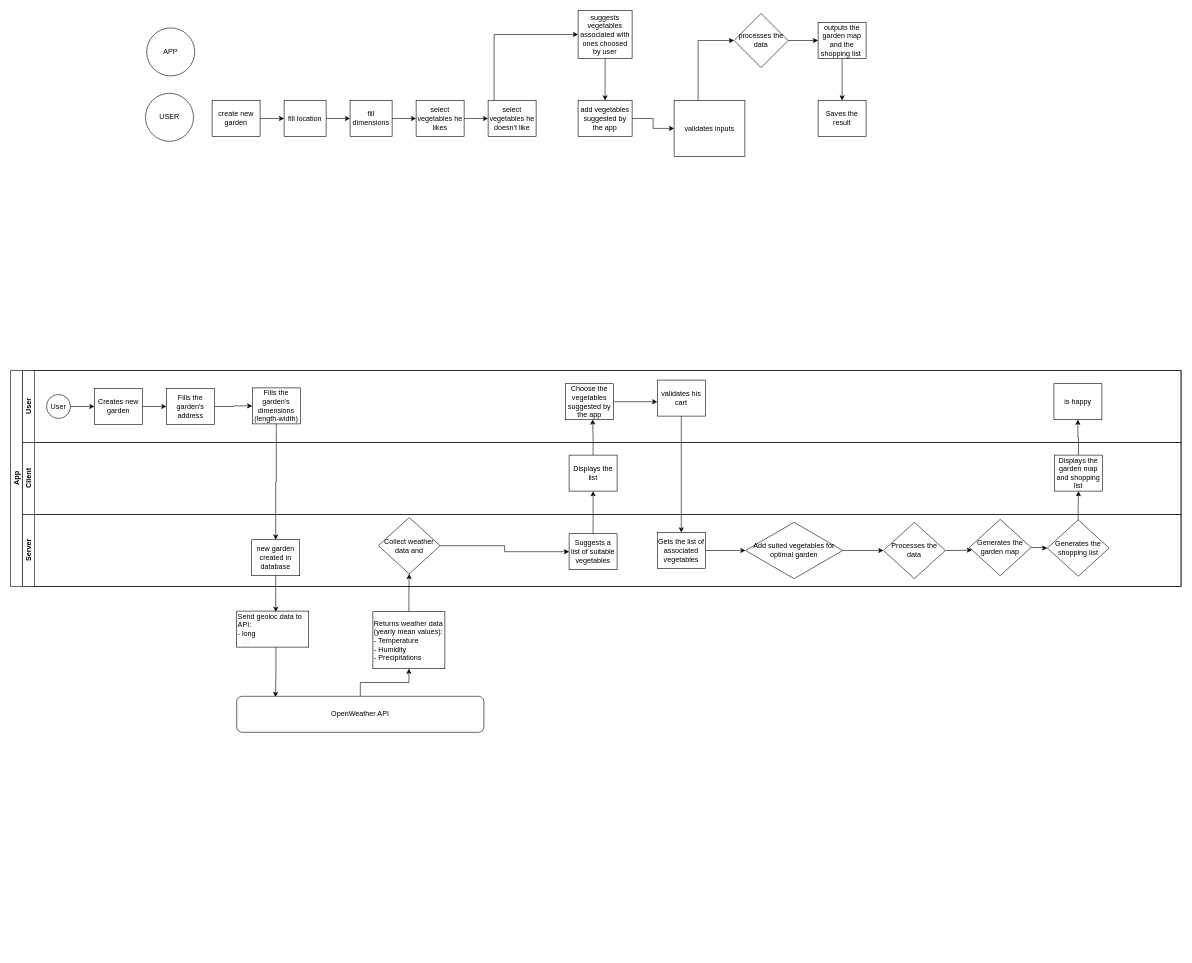
Above: EasyGarden principle.drawio in brice2112/easygarden (draw.io), before the change. Source tidied: cells renumbered, new cells numbered last; positions are measured from the earlier drawing's top-left corner, leaving out a move shared by most shapes. Both pictures are drawn from the tidied source at 60%, with x=0, y=0 at pixel (10, 10).
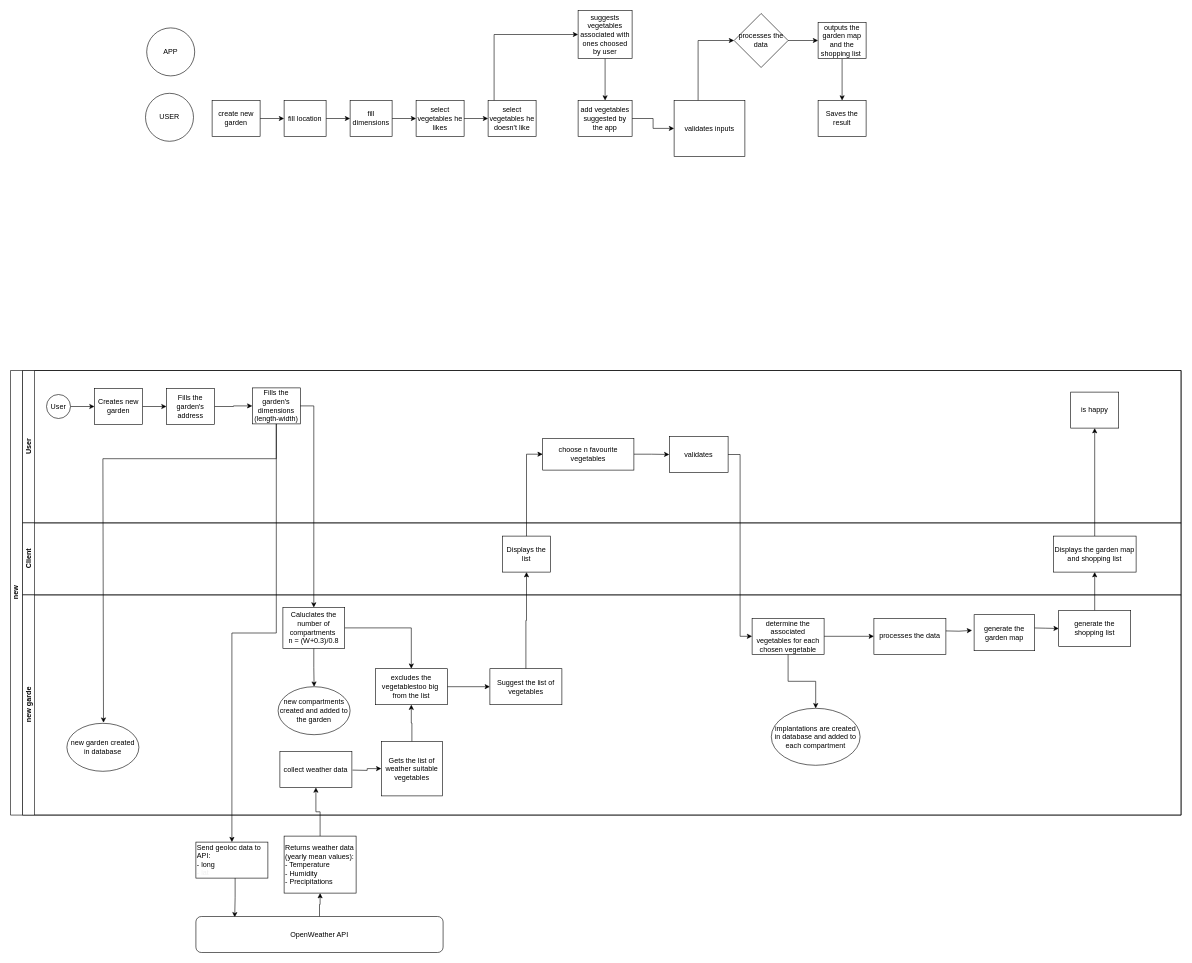
The same page after the edit.

Commit message:
Mettre à jour EasyGarden principle.drawio

The change refers to these unchanged cells:
```xml
<mxCell id="12" value="Fills the garden's dimensions (length-width)" style="rounded=0;whiteSpace=wrap;html=1;fontFamily=Helvetica;fontSize=12;fontColor=#000000;align=center;" parent="5" vertex="1">
  <mxGeometry x="383" y="29" width="80" height="60" as="geometry" />
</mxCell>
```

What changed in the source:
```diff
@@
-    <mxCell id="2" value="App" style="swimlane;html=1;horizontal=0;startSize=20;" parent="1" vertex="1">
-      <mxGeometry y="600" width="1951" height="360" as="geometry" />
+    <mxCell id="2" value="new" style="swimlane;html=1;horizontal=0;startSize=20;" parent="1" vertex="1">
+      <mxGeometry y="600" width="1951" height="741" as="geometry" />
     </mxCell>
-    <mxCell id="3" style="edgeStyle=orthogonalEdgeStyle;rounded=0;jettySize=auto;html=1;entryX=0.5;entryY=1;entryDx=0;entryDy=0;" parent="2" edge="1" source="32" target="19">
+    <mxCell id="3" style="edgeStyle=orthogonalEdgeStyle;rounded=0;jettySize=auto;html=1;entryX=0.5;entryY=1;entryDx=0;entryDy=0;exitX=0.5;exitY=0;exitDx=0;exitDy=0;" parent="2" edge="1" source="80" target="19">
       <mxGeometry relative="1" as="geometry" />
     </mxCell>
@@
     <mxCell id="5" value="User" style="swimlane;html=1;startSize=20;horizontal=0;" parent="2" vertex="1">
-      <mxGeometry x="20" width="1931" height="120" as="geometry" />
+      <mxGeometry x="20" width="1931" height="254" as="geometry" />
     </mxCell>
@@
-    <mxCell id="13" style="edgeStyle=orthogonalEdgeStyle;rounded=0;jettySize=auto;html=1;entryX=0;entryY=0.603;entryDx=0;entryDy=0;entryPerimeter=0;" parent="5" edge="1" source="14" target="16">
-      <mxGeometry relative="1" as="geometry" />
-    </mxCell>
+    <mxCell id="68" style="edgeStyle=orthogonalEdgeStyle;rounded=0;jettySize=auto;html=1;entryX=0;entryY=0.5;entryDx=0;entryDy=0;fontFamily=Helvetica;fontSize=12;fontColor=default;" parent="5" edge="1" source="14" target="69">
+      <mxGeometry relative="1" as="geometry" />
+    </mxCell>
-    <mxCell id="14" value="Choose the vegetables suggested by the app" style="rounded=0;whiteSpace=wrap;html=1;fontFamily=Helvetica;fontSize=12;fontColor=#000000;align=center;" parent="5" vertex="1">
-      <mxGeometry x="905" y="22" width="80" height="60" as="geometry" />
+    <mxCell id="14" value="choose n favourite vegetables" style="rounded=0;whiteSpace=wrap;html=1;fontFamily=Helvetica;fontSize=12;fontColor=#000000;align=center;" parent="5" vertex="1">
+      <mxGeometry x="867" y="113" width="152" height="53" as="geometry" />
     </mxCell>
     <mxCell id="15" value="is happy" style="rounded=0;whiteSpace=wrap;html=1;fontFamily=Helvetica;fontSize=12;fontColor=#000000;align=center;" parent="5" vertex="1">
-      <mxGeometry x="1719" y="22" width="80" height="60" as="geometry" />
+      <mxGeometry x="1747" y="36" width="80" height="60" as="geometry" />
     </mxCell>
-    <mxCell id="16" value="validates his cart" style="rounded=0;whiteSpace=wrap;html=1;fontFamily=Helvetica;fontSize=12;fontColor=#000000;align=center;" parent="5" vertex="1">
-      <mxGeometry x="1058" y="16" width="80" height="60" as="geometry" />
-    </mxCell>
+    <mxCell id="69" value="validates&lt;br&gt;" style="rounded=0;whiteSpace=wrap;html=1;fontFamily=Helvetica;fontSize=12;fontColor=#000000;align=center;" parent="5" vertex="1">
+      <mxGeometry x="1078" y="110" width="98" height="60" as="geometry" />
+    </mxCell>
     <mxCell id="17" value="Client" style="swimlane;html=1;startSize=20;horizontal=0;" parent="2" vertex="1">
-      <mxGeometry x="20" y="120" width="1931" height="120" as="geometry" />
+      <mxGeometry x="20" y="254" width="1931" height="120" as="geometry" />
     </mxCell>
     <mxCell id="18" value="Displays the list" style="rounded=0;whiteSpace=wrap;html=1;fontFamily=Helvetica;fontSize=12;fontColor=#000000;align=center;" parent="17" vertex="1">
-      <mxGeometry x="911" y="21" width="80" height="60" as="geometry" />
+      <mxGeometry x="800" y="22" width="80" height="60" as="geometry" />
     </mxCell>
     <mxCell id="19" value="Displays the garden map and shopping list" style="rounded=0;whiteSpace=wrap;html=1;fontFamily=Helvetica;fontSize=12;fontColor=#000000;align=center;" parent="17" vertex="1">
-      <mxGeometry x="1720" y="21" width="80" height="60" as="geometry" />
+      <mxGeometry x="1718" y="22" width="138" height="60" as="geometry" />
     </mxCell>
-    <mxCell id="20" style="edgeStyle=orthogonalEdgeStyle;rounded=0;jettySize=auto;html=1;entryX=0.5;entryY=1;entryDx=0;entryDy=0;" parent="2" edge="1" source="27" target="18">
-      <mxGeometry relative="1" as="geometry" />
-    </mxCell>
-    <mxCell id="21" style="edgeStyle=orthogonalEdgeStyle;rounded=0;jettySize=auto;html=1;entryX=0.565;entryY=0.993;entryDx=0;entryDy=0;entryPerimeter=0;" parent="2" edge="1" source="18" target="14">
+    <mxCell id="21" style="edgeStyle=orthogonalEdgeStyle;rounded=0;jettySize=auto;html=1;entryX=0;entryY=0.5;entryDx=0;entryDy=0;" parent="2" edge="1" source="18" target="14">
       <mxGeometry relative="1" as="geometry" />
     </mxCell>
-    <mxCell id="22" style="edgeStyle=orthogonalEdgeStyle;rounded=0;jettySize=auto;html=1;entryX=0.5;entryY=0;entryDx=0;entryDy=0;" parent="2" edge="1" source="12" target="24">
-      <mxGeometry relative="1" as="geometry" />
-    </mxCell>
+    <mxCell id="70" style="edgeStyle=orthogonalEdgeStyle;rounded=0;jettySize=auto;html=1;entryX=0.5;entryY=0;entryDx=0;entryDy=0;" parent="2" edge="1" source="12" target="75">
+      <mxGeometry relative="1" as="geometry">
+        <Array as="points">
+          <mxPoint x="506" y="59" />
+        </Array>
+      </mxGeometry>
+    </mxCell>
+    <mxCell id="71" style="edgeStyle=orthogonalEdgeStyle;rounded=0;jettySize=auto;html=1;entryX=0.5;entryY=1;entryDx=0;entryDy=0;" parent="2" edge="1" source="77" target="18">
+      <mxGeometry relative="1" as="geometry" />
+    </mxCell>
+    <mxCell id="72" style="edgeStyle=orthogonalEdgeStyle;rounded=0;jettySize=auto;html=1;fontFamily=Helvetica;fontSize=12;fontColor=default;entryX=0.5;entryY=0;entryDx=0;entryDy=0;" parent="2" edge="1" source="12">
+      <mxGeometry relative="1" as="geometry">
+        <mxPoint x="155" y="587" as="targetPoint" />
+        <Array as="points">
+          <mxPoint x="443" y="147" />
+          <mxPoint x="154" y="147" />
+          <mxPoint x="154" y="587" />
+        </Array>
+      </mxGeometry>
+    </mxCell>
-    <mxCell id="23" value="Server" style="swimlane;html=1;startSize=20;horizontal=0;" parent="2" vertex="1">
-      <mxGeometry x="20" y="240" width="1931" height="120" as="geometry" />
+    <mxCell id="23" value="new garde" style="swimlane;html=1;startSize=20;horizontal=0;" parent="2" vertex="1">
+      <mxGeometry x="20" y="374" width="1931" height="367" as="geometry" />
     </mxCell>
-    <mxCell id="24" value="new garden created in database" style="rounded=0;whiteSpace=wrap;html=1;fontFamily=Helvetica;fontSize=12;fontColor=#000000;align=center;" parent="23" vertex="1">
-      <mxGeometry x="382" y="42" width="80" height="60" as="geometry" />
-    </mxCell>
-    <mxCell id="25" style="edgeStyle=orthogonalEdgeStyle;rounded=0;jettySize=auto;html=1;entryX=0;entryY=0.5;entryDx=0;entryDy=0;" parent="23" edge="1" source="26" target="27">
-      <mxGeometry relative="1" as="geometry" />
+    <mxCell id="25" style="edgeStyle=orthogonalEdgeStyle;rounded=0;jettySize=auto;html=1;entryX=0;entryY=0.5;entryDx=0;entryDy=0;" parent="23" edge="1" target="27">
+      <mxGeometry relative="1" as="geometry">
+        <mxPoint x="550" y="292" as="sourcePoint" />
+      </mxGeometry>
     </mxCell>
-    <mxCell id="26" value="Collect weather data and" style="rhombus;whiteSpace=wrap;html=1;" parent="23" vertex="1">
-      <mxGeometry x="593" y="5" width="103" height="94" as="geometry" />
-    </mxCell>
-    <mxCell id="27" value="Suggests a list of suitable vegetables" style="rounded=0;whiteSpace=wrap;html=1;fontFamily=Helvetica;fontSize=12;fontColor=#000000;align=center;" parent="23" vertex="1">
-      <mxGeometry x="911" y="32" width="80" height="60" as="geometry" />
+    <mxCell id="27" value="Gets the list of weather suitable vegetables&lt;br&gt;" style="rounded=0;whiteSpace=wrap;html=1;fontFamily=Helvetica;fontSize=12;fontColor=#000000;align=center;" parent="23" vertex="1">
+      <mxGeometry x="598" y="244" width="102" height="91" as="geometry" />
     </mxCell>
-    <mxCell id="28" style="edgeStyle=orthogonalEdgeStyle;rounded=0;jettySize=auto;html=1;entryX=0.045;entryY=0.544;entryDx=0;entryDy=0;entryPerimeter=0;" parent="23" edge="1" source="29" target="31">
-      <mxGeometry relative="1" as="geometry" />
+    <mxCell id="28" style="edgeStyle=orthogonalEdgeStyle;rounded=0;orthogonalLoop=1;jettySize=auto;html=1;entryX=0.045;entryY=0.544;entryDx=0;entryDy=0;entryPerimeter=0;" parent="23" edge="1">
+      <mxGeometry relative="1" as="geometry">
+        <mxPoint x="1538" y="60" as="sourcePoint" />
+        <mxPoint x="1582.6" y="59.1" as="targetPoint" />
+      </mxGeometry>
     </mxCell>
-    <mxCell id="29" value="Processes the data" style="rhombus;whiteSpace=wrap;html=1;" parent="23" vertex="1">
-      <mxGeometry x="1435" y="13" width="103" height="94" as="geometry" />
-    </mxCell>
-    <mxCell id="30" style="edgeStyle=orthogonalEdgeStyle;rounded=0;jettySize=auto;html=1;entryX=0;entryY=0.5;entryDx=0;entryDy=0;" parent="23" edge="1" source="31" target="32">
-      <mxGeometry relative="1" as="geometry" />
+    <mxCell id="30" style="edgeStyle=orthogonalEdgeStyle;rounded=0;jettySize=auto;html=1;entryX=0;entryY=0.5;entryDx=0;entryDy=0;" parent="23" edge="1" target="80">
+      <mxGeometry relative="1" as="geometry">
+        <mxPoint x="1681" y="55" as="sourcePoint" />
+      </mxGeometry>
     </mxCell>
-    <mxCell id="31" value="Generates the garden map" style="rhombus;whiteSpace=wrap;html=1;" parent="23" vertex="1">
-      <mxGeometry x="1578" y="8" width="103" height="94" as="geometry" />
-    </mxCell>
-    <mxCell id="32" value="Generates the shopping list" style="rhombus;whiteSpace=wrap;html=1;" parent="23" vertex="1">
-      <mxGeometry x="1708" y="9" width="103" height="94" as="geometry" />
-    </mxCell>
-    <mxCell id="33" style="edgeStyle=orthogonalEdgeStyle;rounded=0;jettySize=auto;html=1;entryX=0;entryY=0.5;entryDx=0;entryDy=0;" parent="23" edge="1" source="34" target="36">
-      <mxGeometry relative="1" as="geometry" />
-    </mxCell>
-    <mxCell id="34" value="Gets the list of associated vegetables" style="rounded=0;whiteSpace=wrap;html=1;fontFamily=Helvetica;fontSize=12;fontColor=#000000;align=center;" parent="23" vertex="1">
-      <mxGeometry x="1058" y="30" width="80" height="60" as="geometry" />
-    </mxCell>
-    <mxCell id="35" style="edgeStyle=orthogonalEdgeStyle;rounded=0;jettySize=auto;html=1;entryX=0;entryY=0.5;entryDx=0;entryDy=0;" parent="23" edge="1" source="36" target="29">
-      <mxGeometry relative="1" as="geometry" />
-    </mxCell>
-    <mxCell id="36" value="Add suited vegetables for optimal garden" style="rhombus;whiteSpace=wrap;html=1;" parent="23" vertex="1">
-      <mxGeometry x="1205" y="13" width="162" height="94" as="geometry" />
-    </mxCell>
-    <mxCell id="37" style="edgeStyle=orthogonalEdgeStyle;rounded=0;jettySize=auto;html=1;entryX=0.5;entryY=0;entryDx=0;entryDy=0;" parent="2" edge="1" source="16" target="34">
-      <mxGeometry relative="1" as="geometry" />
-    </mxCell>
+    <mxCell id="73" style="edgeStyle=orthogonalEdgeStyle;rounded=0;jettySize=auto;html=1;" parent="23" edge="1" source="75" target="81">
+      <mxGeometry relative="1" as="geometry" />
+    </mxCell>
+    <mxCell id="74" style="edgeStyle=orthogonalEdgeStyle;rounded=0;jettySize=auto;html=1;fontFamily=Helvetica;fontSize=12;fontColor=default;entryX=0.5;entryY=0;entryDx=0;entryDy=0;" parent="23" edge="1" source="75" target="82">
+      <mxGeometry relative="1" as="geometry" />
+    </mxCell>
+    <mxCell id="75" value="Caluclates the number of compartments&amp;nbsp;&lt;br&gt;n = (W+0.3)/0.8" style="rounded=0;whiteSpace=wrap;html=1;fontFamily=Helvetica;fontSize=12;fontColor=#000000;align=center;" parent="23" vertex="1">
+      <mxGeometry x="434" y="21" width="103" height="68" as="geometry" />
+    </mxCell>
+    <mxCell id="76" style="edgeStyle=orthogonalEdgeStyle;rounded=0;jettySize=auto;html=1;entryX=0;entryY=0.5;entryDx=0;entryDy=0;" parent="23" edge="1" source="81" target="77">
+      <mxGeometry relative="1" as="geometry" />
+    </mxCell>
+    <mxCell id="20" style="edgeStyle=orthogonalEdgeStyle;rounded=0;jettySize=auto;html=1;entryX=0.5;entryY=1;entryDx=0;entryDy=0;" parent="23" edge="1" source="27" target="81">
+      <mxGeometry relative="1" as="geometry" />
+    </mxCell>
+    <mxCell id="77" value="Suggest the list of vegetables" style="rounded=0;whiteSpace=wrap;html=1;" parent="23" vertex="1">
+      <mxGeometry x="779" y="123" width="120" height="60" as="geometry" />
+    </mxCell>
+    <mxCell id="78" value="processes the data" style="rounded=0;whiteSpace=wrap;html=1;strokeColor=default;fontFamily=Helvetica;fontSize=12;fontColor=default;fillColor=default;" parent="23" vertex="1">
+      <mxGeometry x="1419" y="39" width="120" height="60" as="geometry" />
+    </mxCell>
+    <mxCell id="79" value="generate the garden map" style="rounded=0;whiteSpace=wrap;html=1;strokeColor=default;fontFamily=Helvetica;fontSize=12;fontColor=default;fillColor=default;" parent="23" vertex="1">
+      <mxGeometry x="1586" y="33" width="101" height="60" as="geometry" />
+    </mxCell>
+    <mxCell id="80" value="generate the shopping list" style="rounded=0;whiteSpace=wrap;html=1;strokeColor=default;fontFamily=Helvetica;fontSize=12;fontColor=default;fillColor=default;" parent="23" vertex="1">
+      <mxGeometry x="1727" y="26" width="120" height="60" as="geometry" />
+    </mxCell>
+    <mxCell id="81" value="excludes the vegetablestoo big&amp;nbsp;&lt;br&gt;from the list" style="rounded=0;whiteSpace=wrap;html=1;strokeColor=default;fontFamily=Helvetica;fontSize=12;fontColor=default;fillColor=default;" parent="23" vertex="1">
+      <mxGeometry x="588" y="123" width="120" height="60" as="geometry" />
+    </mxCell>
+    <mxCell id="24" value="new garden created in database" style="ellipse;whiteSpace=wrap;html=1;strokeColor=default;fontFamily=Helvetica;fontSize=12;fontColor=default;fillColor=default;" parent="23" vertex="1">
+      <mxGeometry x="74" y="214" width="120" height="80" as="geometry" />
+    </mxCell>
+    <mxCell id="82" value="new compartments created and added to the garden" style="ellipse;whiteSpace=wrap;html=1;strokeColor=default;fontFamily=Helvetica;fontSize=12;fontColor=default;fillColor=default;" parent="23" vertex="1">
+      <mxGeometry x="426" y="153" width="120" height="80" as="geometry" />
+    </mxCell>
+    <mxCell id="83" style="edgeStyle=orthogonalEdgeStyle;rounded=0;jettySize=auto;html=1;entryX=0;entryY=0.5;entryDx=0;entryDy=0;fontFamily=Helvetica;fontSize=12;fontColor=default;" parent="23" edge="1" source="85" target="78">
+      <mxGeometry relative="1" as="geometry" />
+    </mxCell>
+    <mxCell id="84" style="edgeStyle=orthogonalEdgeStyle;rounded=0;jettySize=auto;html=1;fontFamily=Helvetica;fontSize=12;fontColor=default;" parent="23" edge="1" source="85" target="86">
+      <mxGeometry relative="1" as="geometry" />
+    </mxCell>
+    <mxCell id="85" value="determine the associated vegetables for each chosen vegetable" style="rounded=0;whiteSpace=wrap;html=1;strokeColor=default;fontFamily=Helvetica;fontSize=12;fontColor=default;fillColor=default;" parent="23" vertex="1">
+      <mxGeometry x="1216" y="39" width="120" height="60" as="geometry" />
+    </mxCell>
+    <mxCell id="86" value="implantations are created in database and added to each compartment" style="ellipse;whiteSpace=wrap;html=1;strokeColor=default;fontFamily=Helvetica;fontSize=12;fontColor=default;fillColor=default;" parent="23" vertex="1">
+      <mxGeometry x="1248" y="189" width="148" height="95" as="geometry" />
+    </mxCell>
+    <mxCell id="87" style="edgeStyle=orthogonalEdgeStyle;rounded=0;jettySize=auto;html=1;entryX=0;entryY=0.5;entryDx=0;entryDy=0;fontFamily=Helvetica;fontSize=12;fontColor=default;" parent="2" edge="1" source="69" target="85">
+      <mxGeometry relative="1" as="geometry" />
+    </mxCell>
@@
     <mxCell id="63" value="OpenWeather API" style="rounded=1;whiteSpace=wrap;html=1;" parent="1" vertex="1">
-      <mxGeometry x="377" y="1143" width="412" height="60" as="geometry" />
+      <mxGeometry x="309" y="1510" width="412" height="60" as="geometry" />
     </mxCell>
     <mxCell id="64" value="Send geoloc data to API:&lt;br&gt;- long&lt;br&gt;&lt;div style=&quot;&quot;&gt;&lt;span style=&quot;background-color: initial; color: rgb(240, 240, 240); --darkreader-inline-bgcolor: initial; --darkreader-inline-color: #dfdcd7;&quot;&gt;- lat&lt;/span&gt;&lt;/div&gt;" style="rounded=0;whiteSpace=wrap;html=1;align=left;" parent="1" vertex="1">
-      <mxGeometry x="377" y="1001" width="120" height="60" as="geometry" />
+      <mxGeometry x="309" y="1386" width="120" height="60" as="geometry" />
     </mxCell>
-    <mxCell id="65" style="edgeStyle=orthogonalEdgeStyle;rounded=0;jettySize=auto;html=1;entryX=0.543;entryY=0.024;entryDx=0;entryDy=0;entryPerimeter=0;" parent="1" edge="1" source="24" target="64">
-      <mxGeometry relative="1" as="geometry" />
-    </mxCell>
-    <mxCell id="66" style="edgeStyle=orthogonalEdgeStyle;rounded=0;jettySize=auto;html=1;" parent="1" edge="1" source="67" target="26">
+    <mxCell id="66" style="edgeStyle=orthogonalEdgeStyle;rounded=0;jettySize=auto;html=1;entryX=0.5;entryY=1;entryDx=0;entryDy=0;" parent="1" edge="1" source="67" target="89">
       <mxGeometry relative="1" as="geometry" />
     </mxCell>
     <mxCell id="67" value="Returns weather data (yearly mean values):&lt;br&gt;- Temperature&lt;br&gt;- Humidity&lt;br&gt;- Precipitations" style="rounded=0;whiteSpace=wrap;html=1;align=left;" parent="1" vertex="1">
-      <mxGeometry x="604" y="1002" width="120" height="95" as="geometry" />
+      <mxGeometry x="456" y="1376" width="120" height="95" as="geometry" />
     </mxCell>
+    <mxCell id="88" style="edgeStyle=orthogonalEdgeStyle;rounded=0;jettySize=auto;html=1;fontFamily=Helvetica;fontSize=12;fontColor=default;" parent="1" edge="1" source="12" target="64">
+      <mxGeometry relative="1" as="geometry" />
+    </mxCell>
+    <mxCell id="89" value="collect weather data" style="rounded=0;whiteSpace=wrap;html=1;strokeColor=default;fontFamily=Helvetica;fontSize=12;fontColor=default;fillColor=default;" parent="1" vertex="1">
+      <mxGeometry x="449" y="1235" width="120" height="60" as="geometry" />
+    </mxCell>
```
